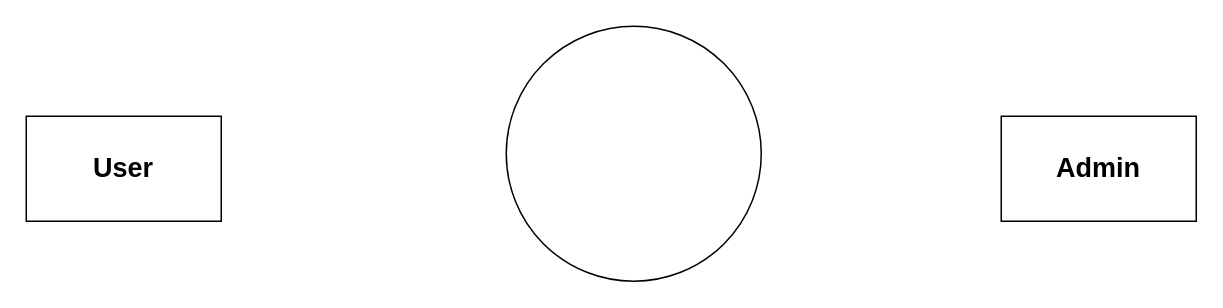
The draw.io diagram placement_dfd.drawio in shalulaha/Minor_Project, before the edit. Source tidied: cells renumbered, new cells numbered last; positions are measured from the earlier drawing's top-left corner, leaving out a move shared by most shapes. Both pictures are drawn from the tidied source at 150%, with x=0, y=0 at pixel (26, 26).
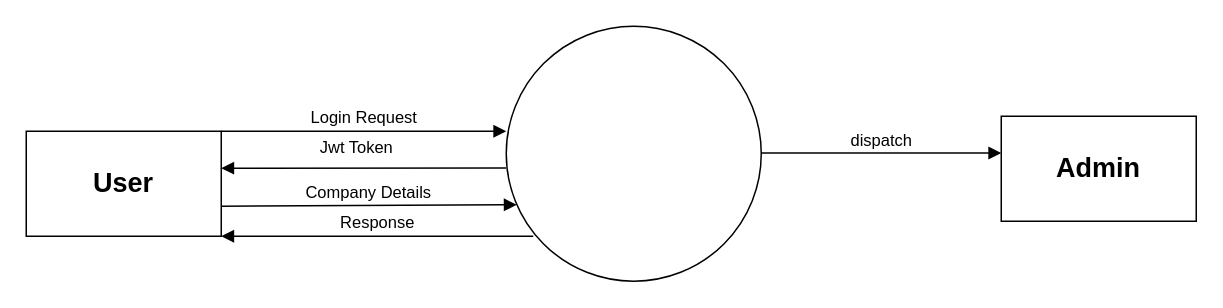
Above is the later version.

Change to the diagram source:
```diff
@@
 <mxGraphModel>
   <root>
     <mxCell id="0" />
     <mxCell id="1" parent="0" />
     <mxCell id="2" style="ellipse;whiteSpace=wrap;html=1;" parent="1" vertex="1">
       <mxGeometry x="320" width="170" height="170" as="geometry" />
     </mxCell>
     <mxCell id="3" value="&lt;font style=&quot;font-size: 18px;&quot;&gt;&lt;b&gt;User&lt;/b&gt;&lt;/font&gt;" style="whiteSpace=wrap;html=1;align=center;" parent="1" vertex="1">
-      <mxGeometry y="60" width="130" height="70" as="geometry" />
+      <mxGeometry y="70" width="130" height="70" as="geometry" />
     </mxCell>
     <mxCell id="4" value="&lt;font style=&quot;font-size: 18px;&quot;&gt;&lt;b&gt;Admin&lt;/b&gt;&lt;/font&gt;" style="whiteSpace=wrap;html=1;align=center;" parent="1" vertex="1">
       <mxGeometry x="650" y="60" width="130" height="70" as="geometry" />
     </mxCell>
+    <mxCell id="5" value="Login Request" style="html=1;verticalAlign=bottom;endArrow=block;curved=0;rounded=0;entryX=0;entryY=0.412;entryDx=0;entryDy=0;entryPerimeter=0;" parent="1" edge="1" target="2">
+      <mxGeometry relative="1" as="geometry">
+        <mxPoint x="130" y="70" as="sourcePoint" />
+      </mxGeometry>
+    </mxCell>
+    <mxCell id="6" value="Company Details" style="html=1;verticalAlign=bottom;endArrow=block;curved=0;rounded=0;entryX=0.041;entryY=0.7;entryDx=0;entryDy=0;entryPerimeter=0;" parent="1" edge="1" target="2">
+      <mxGeometry relative="1" as="geometry">
+        <mxPoint x="130" y="120" as="sourcePoint" />
+      </mxGeometry>
+    </mxCell>
+    <mxCell id="7" value="dispatch" style="html=1;verticalAlign=bottom;endArrow=block;curved=0;rounded=0;entryX=0;entryY=0.412;entryDx=0;entryDy=0;entryPerimeter=0;" parent="1" edge="1">
+      <mxGeometry relative="1" as="geometry">
+        <mxPoint x="490" y="84.5" as="sourcePoint" />
+        <mxPoint x="650" y="84.5" as="targetPoint" />
+      </mxGeometry>
+    </mxCell>
+    <mxCell id="8" value="Jwt Token" style="html=1;verticalAlign=bottom;endArrow=block;curved=0;rounded=0;entryX=1;entryY=0.25;entryDx=0;entryDy=0;exitX=0;exitY=0.495;exitDx=0;exitDy=0;exitPerimeter=0;" parent="1" edge="1">
+      <mxGeometry x="0.05" y="-5" relative="1" as="geometry">
+        <mxPoint x="320" y="94.5" as="sourcePoint" />
+        <mxPoint x="130" y="94.6" as="targetPoint" />
+      </mxGeometry>
+    </mxCell>
+    <mxCell id="9" value="Response" style="html=1;verticalAlign=bottom;endArrow=block;curved=0;rounded=0;entryX=1;entryY=1;entryDx=0;entryDy=0;exitX=0.106;exitY=0.824;exitDx=0;exitDy=0;exitPerimeter=0;" parent="1" edge="1" source="2" target="3">
+      <mxGeometry relative="1" as="geometry" />
+    </mxCell>
   </root>
 </mxGraphModel>
```
